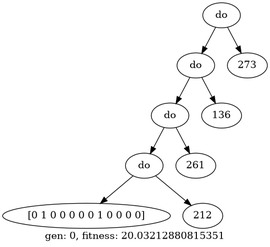
BryanAnderson2019/dissertation keeps this Graphviz diagram as best_of_run_V2_PD.gv.png. Above is the earlier version. Its source is kept beside it as best_of_run_V2_PD.gv.
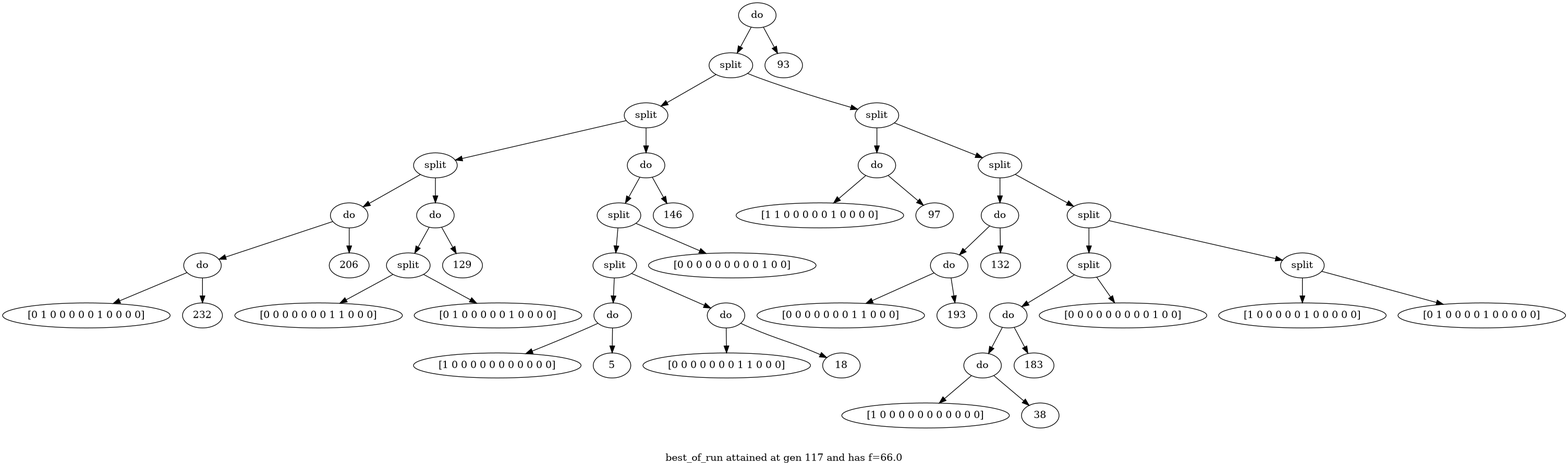
After the change.

Commit message:
compressed master dataset, and done a full graph run of the player data GP

What changed in the source:
```diff
@@ -1,20 +1,98 @@
 digraph {
-	graph [label="gen: 0, fitness: 20.03212880815351"]
+	graph [label="
+
+best_of_run attained at gen 117 and has f=66.0"]
 	0 [label=do]
 	0 -> 1
-	1 [label=do]
+	1 [label=split]
 	1 -> 2
-	2 [label=do]
+	2 [label=split]
 	2 -> 3
-	3 [label=do]
+	3 [label=split]
 	3 -> 4
-	4 [label="[0 1 0 0 0 0 0 1 0 0 0 0]"]
-	3 -> 5
-	5 [label=212]
-	2 -> 6
-	6 [label=261]
-	1 -> 7
-	7 [label=136]
-	0 -> 8
-	8 [label=273]
+	4 [label=do]
+	4 -> 5
+	5 [label=do]
+	5 -> 6
+	6 [label="[0 1 0 0 0 0 0 1 0 0 0 0]"]
+	5 -> 7
+	7 [label=232]
+	4 -> 8
+	8 [label=206]
+	3 -> 9
+	9 [label=do]
+	9 -> 10
+	10 [label=split]
+	10 -> 11
+	11 [label="[0 0 0 0 0 0 0 1 1 0 0 0]"]
+	10 -> 12
+	12 [label="[0 1 0 0 0 0 0 1 0 0 0 0]"]
+	9 -> 13
+	13 [label=129]
+	2 -> 14
+	14 [label=do]
+	14 -> 15
+	15 [label=split]
+	15 -> 16
+	16 [label=split]
+	16 -> 17
+	17 [label=do]
+	17 -> 18
+	18 [label="[1 0 0 0 0 0 0 0 0 0 0 0]"]
+	17 -> 19
+	19 [label=5]
+	16 -> 20
+	20 [label=do]
+	20 -> 21
+	21 [label="[0 0 0 0 0 0 0 1 1 0 0 0]"]
+	20 -> 22
+	22 [label=18]
+	15 -> 23
+	23 [label="[0 0 0 0 0 0 0 0 0 1 0 0]"]
+	14 -> 24
+	24 [label=146]
+	1 -> 25
+	25 [label=split]
+	25 -> 26
+	26 [label=do]
+	26 -> 27
+	27 [label="[1 1 0 0 0 0 0 1 0 0 0 0]"]
+	26 -> 28
+	28 [label=97]
+	25 -> 29
+	29 [label=split]
+	29 -> 30
+	30 [label=do]
+	30 -> 31
+	31 [label=do]
+	31 -> 32
+	32 [label="[0 0 0 0 0 0 0 1 1 0 0 0]"]
+	31 -> 33
+	33 [label=193]
+	30 -> 34
+	34 [label=132]
+	29 -> 35
+	35 [label=split]
+	35 -> 36
+	36 [label=split]
+	36 -> 37
+	37 [label=do]
+	37 -> 38
+	38 [label=do]
+	38 -> 39
+	39 [label="[1 0 0 0 0 0 0 0 0 0 0 0]"]
+	38 -> 40
+	40 [label=38]
+	37 -> 41
+	41 [label=183]
+	36 -> 42
+	42 [label="[0 0 0 0 0 0 0 0 0 1 0 0]"]
+	35 -> 43
+	43 [label=split]
+	43 -> 44
+	44 [label="[1 0 0 0 0 0 1 0 0 0 0 0]"]
+	43 -> 45
+	45 [label="[0 1 0 0 0 0 1 0 0 0 0 0]"]
+	0 -> 46
+	46 [label=93]
 }
```
